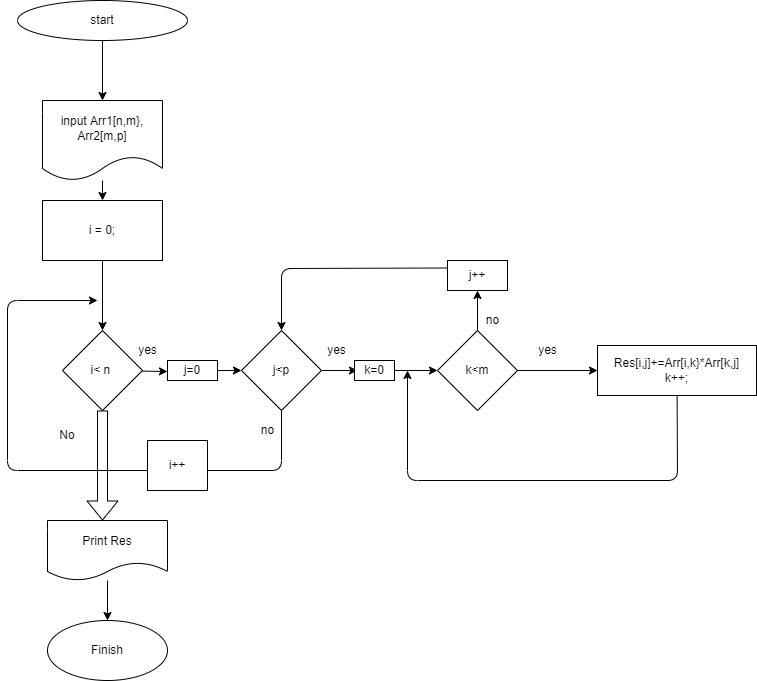
The draw.io diagram Task58/Alg.drawio.png in Arianna8317/HomeWork8C-, before a commit. Source tidied: cells renumbered, new cells last; positions are measured from the earlier drawing's top-left corner, leaving out a move shared by most shapes. Its diagram source:
```xml
<mxGraphModel>
  <root>
    <mxCell id="0" />
    <mxCell id="1" parent="0" />
    <mxCell id="2" style="edgeStyle=none;html=1;" parent="1" edge="1" source="3" target="5">
      <mxGeometry relative="1" as="geometry" />
    </mxCell>
    <mxCell id="3" value="start" style="ellipse;whiteSpace=wrap;html=1;" parent="1" vertex="1">
      <mxGeometry x="10" width="170" height="40" as="geometry" />
    </mxCell>
    <mxCell id="4" style="edgeStyle=none;html=1;" parent="1" edge="1" source="5" target="7">
      <mxGeometry relative="1" as="geometry" />
    </mxCell>
    <mxCell id="5" value="input Arr1[n,m},&lt;br&gt;Arr2[m,p]" style="shape=document;whiteSpace=wrap;html=1;boundedLbl=1;" parent="1" vertex="1">
      <mxGeometry x="35" y="100" width="120" height="80" as="geometry" />
    </mxCell>
    <mxCell id="6" style="edgeStyle=none;html=1;" parent="1" edge="1" source="7" target="9">
      <mxGeometry relative="1" as="geometry" />
    </mxCell>
    <mxCell id="7" value="i = 0;" style="whiteSpace=wrap;html=1;" parent="1" vertex="1">
      <mxGeometry x="35" y="200" width="120" height="60" as="geometry" />
    </mxCell>
    <mxCell id="8" style="edgeStyle=none;html=1;" parent="1" edge="1" source="9">
      <mxGeometry relative="1" as="geometry">
        <mxPoint x="160" y="371" as="targetPoint" />
      </mxGeometry>
    </mxCell>
    <mxCell id="9" value="i&amp;lt; n&amp;nbsp;" style="rhombus;whiteSpace=wrap;html=1;" parent="1" vertex="1">
      <mxGeometry x="55" y="330" width="80" height="80" as="geometry" />
    </mxCell>
    <mxCell id="10" style="edgeStyle=none;html=1;" parent="1" edge="1" source="12">
      <mxGeometry relative="1" as="geometry">
        <mxPoint x="350" y="370" as="targetPoint" />
      </mxGeometry>
    </mxCell>
    <mxCell id="11" style="edgeStyle=none;html=1;" parent="1" edge="1" source="12">
      <mxGeometry relative="1" as="geometry">
        <mxPoint x="90" y="300" as="targetPoint" />
        <Array as="points">
          <mxPoint x="274" y="470" />
          <mxPoint y="470" />
          <mxPoint y="300" />
        </Array>
      </mxGeometry>
    </mxCell>
    <mxCell id="12" value="j&amp;lt;p" style="rhombus;whiteSpace=wrap;html=1;" parent="1" vertex="1">
      <mxGeometry x="234" y="330" width="80" height="80" as="geometry" />
    </mxCell>
    <mxCell id="13" style="edgeStyle=none;html=1;" parent="1" edge="1" source="15" target="19">
      <mxGeometry relative="1" as="geometry" />
    </mxCell>
    <mxCell id="14" style="edgeStyle=none;html=1;" parent="1" edge="1" source="15" target="21">
      <mxGeometry relative="1" as="geometry" />
    </mxCell>
    <mxCell id="15" value="k&amp;lt;m" style="rhombus;whiteSpace=wrap;html=1;" parent="1" vertex="1">
      <mxGeometry x="430" y="330" width="80" height="80" as="geometry" />
    </mxCell>
    <mxCell id="16" value="yes" style="text;html=1;align=center;verticalAlign=middle;strokeColor=none;fillColor=none;" parent="1" vertex="1">
      <mxGeometry x="125" y="340" width="30" height="20" as="geometry" />
    </mxCell>
    <mxCell id="17" value="yes&lt;br&gt;" style="text;html=1;align=center;verticalAlign=middle;strokeColor=none;fillColor=none;" parent="1" vertex="1">
      <mxGeometry x="314" y="340" width="30" height="20" as="geometry" />
    </mxCell>
    <mxCell id="18" style="edgeStyle=none;html=1;" parent="1" edge="1" source="19">
      <mxGeometry relative="1" as="geometry">
        <mxPoint x="400" y="370" as="targetPoint" />
        <Array as="points">
          <mxPoint x="670" y="480" />
          <mxPoint x="400" y="480" />
        </Array>
      </mxGeometry>
    </mxCell>
    <mxCell id="19" value="Res[i,j]+=Arr[i,k}*Arr[k,j]&lt;br&gt;k++;" style="whiteSpace=wrap;html=1;" parent="1" vertex="1">
      <mxGeometry x="590" y="345" width="159" height="50" as="geometry" />
    </mxCell>
    <mxCell id="20" style="edgeStyle=none;html=1;entryX=0.5;entryY=0;entryDx=0;entryDy=0;exitX=0;exitY=0.25;exitDx=0;exitDy=0;" parent="1" edge="1" source="21" target="12">
      <mxGeometry relative="1" as="geometry">
        <Array as="points">
          <mxPoint x="274" y="268" />
        </Array>
      </mxGeometry>
    </mxCell>
    <mxCell id="21" value="j++" style="whiteSpace=wrap;html=1;" parent="1" vertex="1">
      <mxGeometry x="440" y="260" width="60" height="30" as="geometry" />
    </mxCell>
    <mxCell id="22" value="no" style="text;html=1;align=center;verticalAlign=middle;strokeColor=none;fillColor=none;" parent="1" vertex="1">
      <mxGeometry x="470" y="310" width="30" height="20" as="geometry" />
    </mxCell>
    <mxCell id="23" value="no" style="text;html=1;align=center;verticalAlign=middle;strokeColor=none;fillColor=none;" parent="1" vertex="1">
      <mxGeometry x="245" y="420" width="30" height="20" as="geometry" />
    </mxCell>
    <mxCell id="24" value="i++" style="rounded=0;whiteSpace=wrap;html=1;" parent="1" vertex="1">
      <mxGeometry x="140" y="440" width="60" height="50" as="geometry" />
    </mxCell>
    <mxCell id="25" style="edgeStyle=none;html=1;entryX=0;entryY=0.5;entryDx=0;entryDy=0;" parent="1" edge="1" source="26" target="12">
      <mxGeometry relative="1" as="geometry" />
    </mxCell>
    <mxCell id="26" value="j=0" style="rounded=0;whiteSpace=wrap;html=1;" parent="1" vertex="1">
      <mxGeometry x="160" y="360" width="50" height="20" as="geometry" />
    </mxCell>
    <mxCell id="27" style="edgeStyle=none;html=1;entryX=0;entryY=0.5;entryDx=0;entryDy=0;" parent="1" edge="1" source="28" target="15">
      <mxGeometry relative="1" as="geometry" />
    </mxCell>
    <mxCell id="28" value="k=0" style="rounded=0;whiteSpace=wrap;html=1;" parent="1" vertex="1">
      <mxGeometry x="347" y="360" width="40" height="20" as="geometry" />
    </mxCell>
    <mxCell id="29" value="yes" style="text;html=1;align=center;verticalAlign=middle;strokeColor=none;fillColor=none;" parent="1" vertex="1">
      <mxGeometry x="525" y="340" width="30" height="20" as="geometry" />
    </mxCell>
    <mxCell id="30" style="shape=flexArrow;endArrow=classic;html=1;exitX=0.5;exitY=1;exitDx=0;exitDy=0;" parent="1" edge="1" source="9">
      <mxGeometry relative="1" as="geometry">
        <mxPoint x="95" y="520" as="targetPoint" />
      </mxGeometry>
    </mxCell>
    <mxCell id="31" value="No" style="text;html=1;strokeColor=none;fillColor=none;align=center;verticalAlign=middle;whiteSpace=wrap;rounded=0;" parent="1" vertex="1">
      <mxGeometry x="30" y="420" width="60" height="30" as="geometry" />
    </mxCell>
    <mxCell id="32" style="edgeStyle=none;html=1;" parent="1" edge="1" source="33" target="34">
      <mxGeometry relative="1" as="geometry" />
    </mxCell>
    <mxCell id="33" value="Print Res" style="shape=document;whiteSpace=wrap;html=1;boundedLbl=1;" parent="1" vertex="1">
      <mxGeometry x="40" y="520" width="120" height="60" as="geometry" />
    </mxCell>
    <mxCell id="34" value="Finish" style="ellipse;whiteSpace=wrap;html=1;" parent="1" vertex="1">
      <mxGeometry x="40" y="620" width="120" height="60" as="geometry" />
    </mxCell>
  </root>
</mxGraphModel>
```
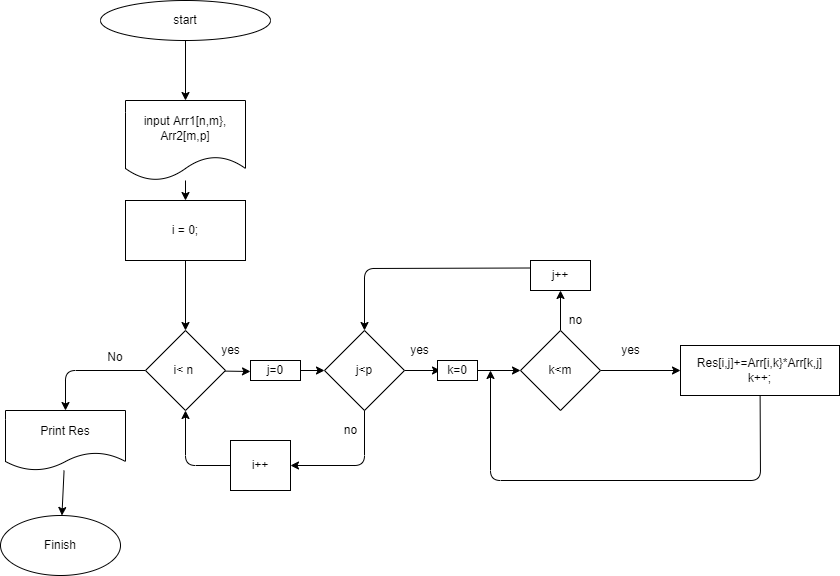
Later version of the same file.

Diff of the diagram source:
```diff
@@ -25,6 +25,13 @@
         <mxPoint x="160" y="371" as="targetPoint" />
       </mxGeometry>
     </mxCell>
+    <mxCell id="35" style="edgeStyle=none;html=1;entryX=0.5;entryY=0;entryDx=0;entryDy=0;" parent="1" edge="1" source="9" target="33">
+      <mxGeometry relative="1" as="geometry">
+        <Array as="points">
+          <mxPoint x="-25" y="370" />
+        </Array>
+      </mxGeometry>
+    </mxCell>
     <mxCell id="9" value="i&amp;lt; n&amp;nbsp;" style="rhombus;whiteSpace=wrap;html=1;" parent="1" vertex="1">
       <mxGeometry x="55" y="330" width="80" height="80" as="geometry" />
     </mxCell>
@@ -33,16 +40,6 @@
         <mxPoint x="350" y="370" as="targetPoint" />
       </mxGeometry>
     </mxCell>
-    <mxCell id="11" style="edgeStyle=none;html=1;" parent="1" edge="1" source="12">
-      <mxGeometry relative="1" as="geometry">
-        <mxPoint x="90" y="300" as="targetPoint" />
-        <Array as="points">
-          <mxPoint x="274" y="470" />
-          <mxPoint y="470" />
-          <mxPoint y="300" />
-        </Array>
-      </mxGeometry>
-    </mxCell>
     <mxCell id="12" value="j&amp;lt;p" style="rhombus;whiteSpace=wrap;html=1;" parent="1" vertex="1">
       <mxGeometry x="234" y="330" width="80" height="80" as="geometry" />
     </mxCell>
@@ -107,22 +104,31 @@
     <mxCell id="29" value="yes" style="text;html=1;align=center;verticalAlign=middle;strokeColor=none;fillColor=none;" parent="1" vertex="1">
       <mxGeometry x="525" y="340" width="30" height="20" as="geometry" />
     </mxCell>
-    <mxCell id="30" style="shape=flexArrow;endArrow=classic;html=1;exitX=0.5;exitY=1;exitDx=0;exitDy=0;" parent="1" edge="1" source="9">
-      <mxGeometry relative="1" as="geometry">
-        <mxPoint x="95" y="520" as="targetPoint" />
-      </mxGeometry>
-    </mxCell>
     <mxCell id="31" value="No" style="text;html=1;strokeColor=none;fillColor=none;align=center;verticalAlign=middle;whiteSpace=wrap;rounded=0;" parent="1" vertex="1">
-      <mxGeometry x="30" y="420" width="60" height="30" as="geometry" />
+      <mxGeometry x="-5" y="342" width="60" height="30" as="geometry" />
     </mxCell>
     <mxCell id="32" style="edgeStyle=none;html=1;" parent="1" edge="1" source="33" target="34">
       <mxGeometry relative="1" as="geometry" />
     </mxCell>
     <mxCell id="33" value="Print Res" style="shape=document;whiteSpace=wrap;html=1;boundedLbl=1;" parent="1" vertex="1">
-      <mxGeometry x="40" y="520" width="120" height="60" as="geometry" />
+      <mxGeometry x="-85" y="410" width="120" height="60" as="geometry" />
     </mxCell>
     <mxCell id="34" value="Finish" style="ellipse;whiteSpace=wrap;html=1;" parent="1" vertex="1">
-      <mxGeometry x="40" y="620" width="120" height="60" as="geometry" />
+      <mxGeometry x="-90" y="515" width="120" height="60" as="geometry" />
     </mxCell>
+    <mxCell id="36" style="endArrow=classic;html=1;exitX=0.5;exitY=1;exitDx=0;exitDy=0;entryX=1;entryY=0.5;entryDx=0;entryDy=0;" parent="1" edge="1" source="12" target="24">
+      <mxGeometry relative="1" as="geometry">
+        <Array as="points">
+          <mxPoint x="274" y="465" />
+        </Array>
+      </mxGeometry>
+    </mxCell>
+    <mxCell id="37" style="endArrow=classic;html=1;exitX=0;exitY=0.5;exitDx=0;exitDy=0;entryX=0.5;entryY=1;entryDx=0;entryDy=0;" parent="1" edge="1" source="24" target="9">
+      <mxGeometry relative="1" as="geometry">
+        <Array as="points">
+          <mxPoint x="95" y="465" />
+        </Array>
+      </mxGeometry>
+    </mxCell>
   </root>
 </mxGraphModel>
```
